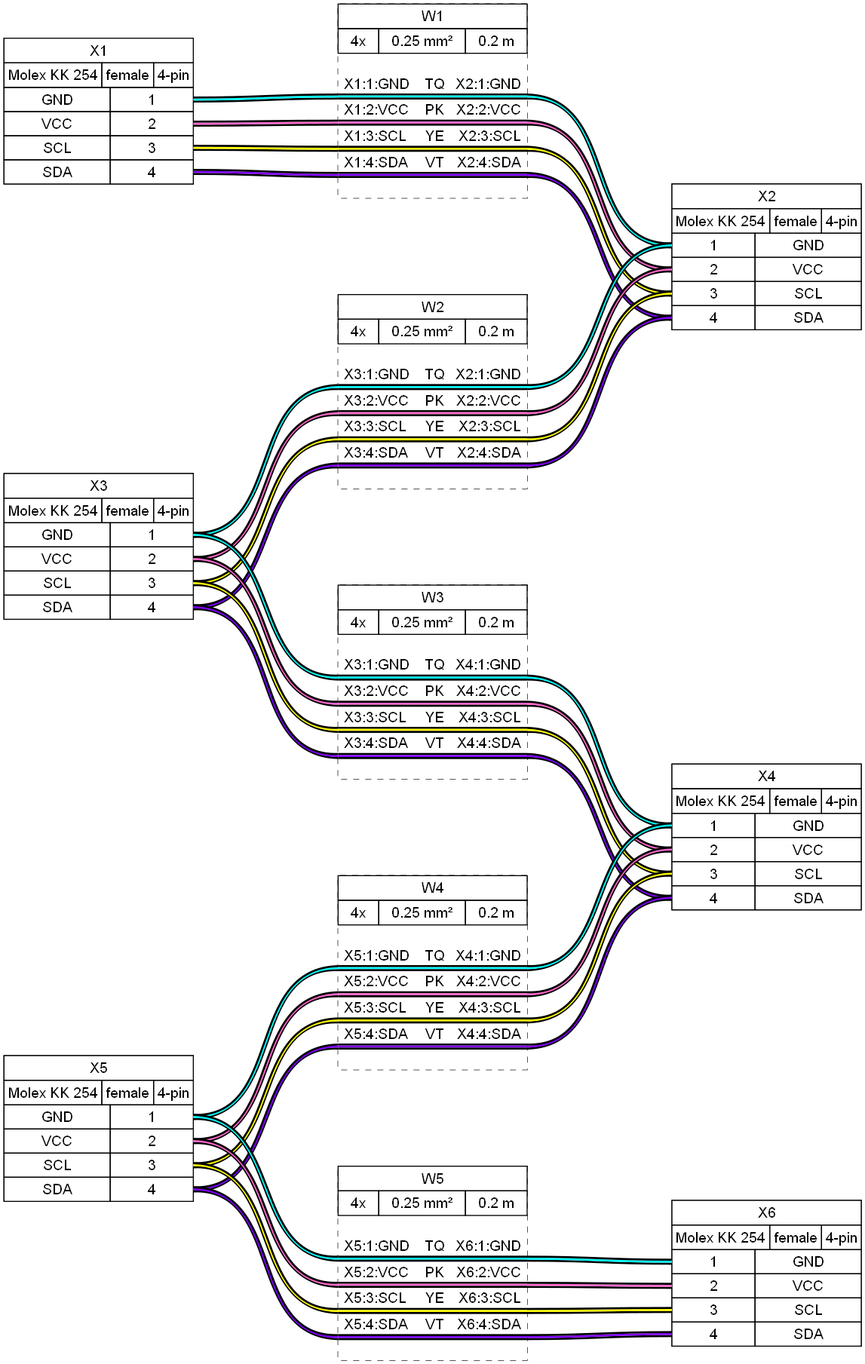
Above: tutorial/tutorial07.png in wireviz/WireViz (Graphviz), before the change. Its source is kept beside it as tutorial/tutorial07.gv.
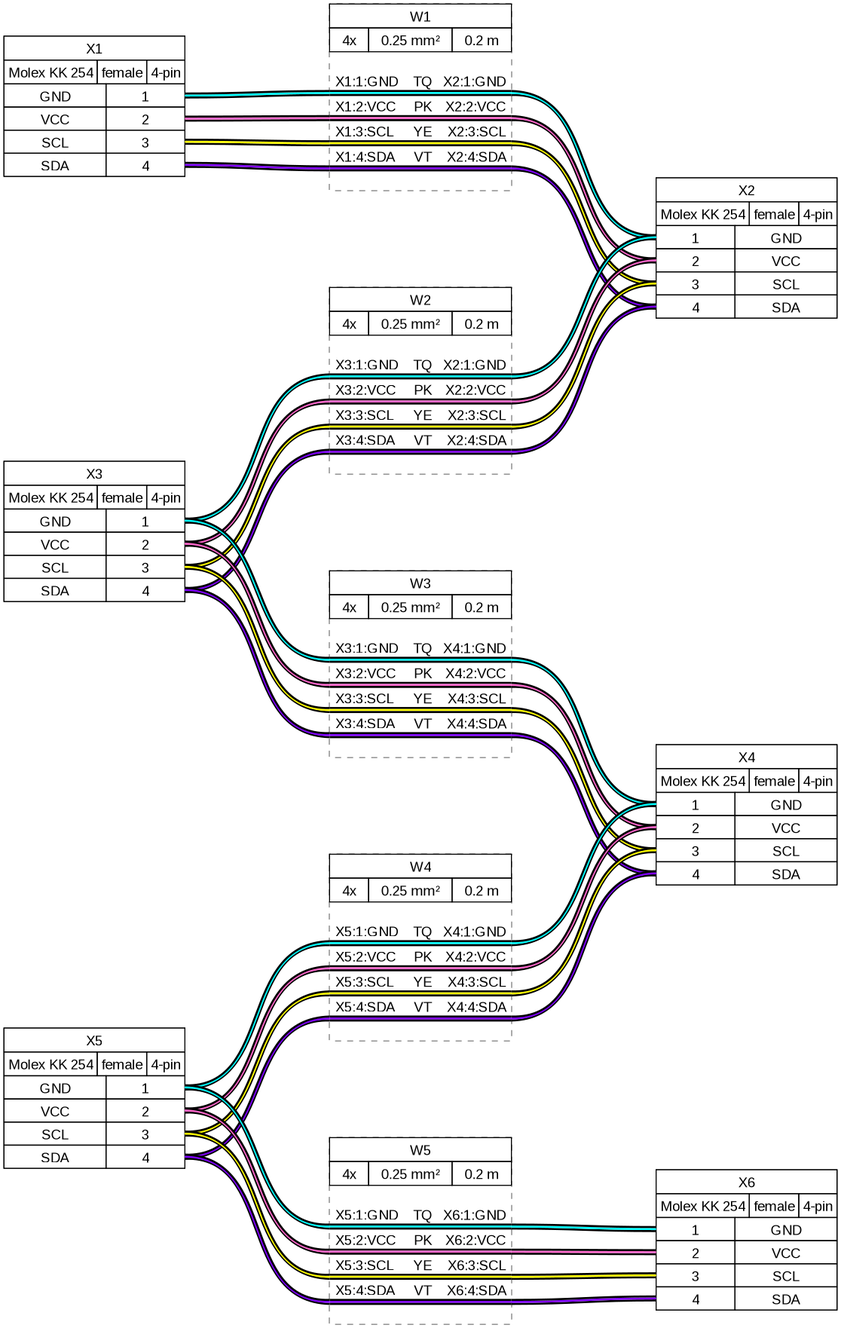
Above is the later version.

Change to the diagram source:
```diff
@@ -29,22 +29,18 @@
    <table border="0" cellborder="1" cellpadding="3" cellspacing="0">
     <tr>
      <td>GND</td>
-     []
      <td port="p1r">1</td>
     </tr>
     <tr>
      <td>VCC</td>
-     []
      <td port="p2r">2</td>
     </tr>
     <tr>
      <td>SCL</td>
-     []
      <td port="p3r">3</td>
     </tr>
     <tr>
      <td>SDA</td>
-     []
      <td port="p4r">4</td>
     </tr>
    </table>
@@ -80,22 +76,18 @@
     <tr>
      <td port="p1l">1</td>
      <td>GND</td>
-     []
     </tr>
     <tr>
      <td port="p2l">2</td>
      <td>VCC</td>
-     []
     </tr>
     <tr>
      <td port="p3l">3</td>
      <td>SCL</td>
-     []
     </tr>
     <tr>
      <td port="p4l">4</td>
      <td>SDA</td>
-     []
     </tr>
    </table>
   </td>
@@ -129,22 +121,18 @@
    <table border="0" cellborder="1" cellpadding="3" cellspacing="0">
     <tr>
      <td>GND</td>
-     []
      <td port="p1r">1</td>
     </tr>
     <tr>
      <td>VCC</td>
-     []
      <td port="p2r">2</td>
     </tr>
     <tr>
      <td>SCL</td>
-     []
      <td port="p3r">3</td>
     </tr>
     <tr>
      <td>SDA</td>
-     []
      <td port="p4r">4</td>
     </tr>
    </table>
@@ -180,22 +168,18 @@
     <tr>
      <td port="p1l">1</td>
      <td>GND</td>
-     []
     </tr>
     <tr>
      <td port="p2l">2</td>
      <td>VCC</td>
-     []
     </tr>
     <tr>
      <td port="p3l">3</td>
      <td>SCL</td>
-     []
     </tr>
     <tr>
      <td port="p4l">4</td>
      <td>SDA</td>
-     []
     </tr>
    </table>
   </td>
@@ -229,22 +213,18 @@
    <table border="0" cellborder="1" cellpadding="3" cellspacing="0">
     <tr>
      <td>GND</td>
-     []
      <td port="p1r">1</td>
     </tr>
     <tr>
      <td>VCC</td>
-     []
      <td port="p2r">2</td>
     </tr>
     <tr>
      <td>SCL</td>
-     []
      <td port="p3r">3</td>
     </tr>
     <tr>
      <td>SDA</td>
-     []
      <td port="p4r">4</td>
     </tr>
    </table>
@@ -280,22 +260,18 @@
     <tr>
      <td port="p1l">1</td>
      <td>GND</td>
-     []
     </tr>
     <tr>
      <td port="p2l">2</td>
      <td>VCC</td>
-     []
     </tr>
     <tr>
      <td port="p3l">3</td>
      <td>SCL</td>
-     []
     </tr>
     <tr>
      <td port="p4l">4</td>
      <td>SDA</td>
-     []
     </tr>
    </table>
   </td>
@@ -339,19 +315,7 @@
      <td align="right">X2:1:GND </td>
     </tr>
     <tr>
-     <td border="0" cellspacing="0" cellpadding="0" colspan="6" height="6" port="w1">
-      <table border="0" cellborder="0" cellspacing="0">
-       <tr>
-        <td bgcolor="#FFFFFF" border="0" cellpadding="0" colspan="6" height="2"></td>
-       </tr>
-       <tr>
-        <td bgcolor="#FFFFFF" border="0" cellpadding="0" colspan="6" height="2"></td>
-       </tr>
-       <tr>
-        <td bgcolor="#FFFFFF" border="0" cellpadding="0" colspan="6" height="2"></td>
-       </tr>
-      </table>
-     </td>
+     <td border="0" cellspacing="0" cellpadding="0" colspan="6" height="6" port="w1"></td>
     </tr>
     <tr>
      <td align="left"> X1:2:VCC</td>
@@ -362,19 +326,7 @@
      <td align="right">X2:2:VCC </td>
     </tr>
     <tr>
-     <td border="0" cellspacing="0" cellpadding="0" colspan="6" height="6" port="w2">
-      <table border="0" cellborder="0" cellspacing="0">
-       <tr>
-        <td bgcolor="#FFFFFF" border="0" cellpadding="0" colspan="6" height="2"></td>
-       </tr>
-       <tr>
-        <td bgcolor="#FFFFFF" border="0" cellpadding="0" colspan="6" height="2"></td>
-       </tr>
-       <tr>
-        <td bgcolor="#FFFFFF" border="0" cellpadding="0" colspan="6" height="2"></td>
-       </tr>
-      </table>
-     </td>
+     <td border="0" cellspacing="0" cellpadding="0" colspan="6" height="6" port="w2"></td>
     </tr>
     <tr>
      <td align="left"> X1:3:SCL</td>
@@ -385,19 +337,7 @@
      <td align="right">X2:3:SCL </td>
     </tr>
     <tr>
-     <td border="0" cellspacing="0" cellpadding="0" colspan="6" height="6" port="w3">
-      <table border="0" cellborder="0" cellspacing="0">
-       <tr>
-        <td bgcolor="#FFFFFF" border="0" cellpadding="0" colspan="6" height="2"></td>
-       </tr>
-       <tr>
-        <td bgcolor="#FFFFFF" border="0" cellpadding="0" colspan="6" height="2"></td>
-       </tr>
-       <tr>
-        <td bgcolor="#FFFFFF" border="0" cellpadding="0" colspan="6" height="2"></td>
-       </tr>
-      </table>
-     </td>
+     <td border="0" cellspacing="0" cellpadding="0" colspan="6" height="6" port="w3"></td>
     </tr>
     <tr>
      <td align="left"> X1:4:SDA</td>
@@ -408,19 +348,7 @@
      <td align="right">X2:4:SDA </td>
     </tr>
     <tr>
-     <td border="0" cellspacing="0" cellpadding="0" colspan="6" height="6" port="w4">
-      <table border="0" cellborder="0" cellspacing="0">
-       <tr>
-        <td bgcolor="#FFFFFF" border="0" cellpadding="0" colspan="6" height="2"></td>
-       </tr>
-       <tr>
-        <td bgcolor="#FFFFFF" border="0" cellpadding="0" colspan="6" height="2"></td>
-       </tr>
-       <tr>
-        <td bgcolor="#FFFFFF" border="0" cellpadding="0" colspan="6" height="2"></td>
-       </tr>
-      </table>
-     </td>
+     <td border="0" cellspacing="0" cellpadding="0" colspan="6" height="6" port="w4"></td>
     </tr>
     <tr>
      <td>&nbsp;</td>
@@ -483,19 +411,7 @@
      <td align="right">X2:1:GND </td>
     </tr>
     <tr>
-     <td border="0" cellspacing="0" cellpadding="0" colspan="6" height="6" port="w1">
-      <table border="0" cellborder="0" cellspacing="0">
-       <tr>
-        <td bgcolor="#FFFFFF" border="0" cellpadding="0" colspan="6" height="2"></td>
-       </tr>
-       <tr>
-        <td bgcolor="#FFFFFF" border="0" cellpadding="0" colspan="6" height="2"></td>
-       </tr>
-       <tr>
-        <td bgcolor="#FFFFFF" border="0" cellpadding="0" colspan="6" height="2"></td>
-       </tr>
-      </table>
-     </td>
+     <td border="0" cellspacing="0" cellpadding="0" colspan="6" height="6" port="w1"></td>
     </tr>
     <tr>
      <td align="left"> X3:2:VCC</td>
@@ -506,19 +422,7 @@
      <td align="right">X2:2:VCC </td>
     </tr>
     <tr>
-     <td border="0" cellspacing="0" cellpadding="0" colspan="6" height="6" port="w2">
-      <table border="0" cellborder="0" cellspacing="0">
-       <tr>
-        <td bgcolor="#FFFFFF" border="0" cellpadding="0" colspan="6" height="2"></td>
-       </tr>
-       <tr>
-        <td bgcolor="#FFFFFF" border="0" cellpadding="0" colspan="6" height="2"></td>
-       </tr>
-       <tr>
-        <td bgcolor="#FFFFFF" border="0" cellpadding="0" colspan="6" height="2"></td>
-       </tr>
-      </table>
-     </td>
+     <td border="0" cellspacing="0" cellpadding="0" colspan="6" height="6" port="w2"></td>
     </tr>
     <tr>
      <td align="left"> X3:3:SCL</td>
@@ -529,19 +433,7 @@
      <td align="right">X2:3:SCL </td>
     </tr>
     <tr>
-     <td border="0" cellspacing="0" cellpadding="0" colspan="6" height="6" port="w3">
-      <table border="0" cellborder="0" cellspacing="0">
-       <tr>
-        <td bgcolor="#FFFFFF" border="0" cellpadding="0" colspan="6" height="2"></td>
-       </tr>
-       <tr>
-        <td bgcolor="#FFFFFF" border="0" cellpadding="0" colspan="6" height="2"></td>
-       </tr>
-       <tr>
-        <td bgcolor="#FFFFFF" border="0" cellpadding="0" colspan="6" height="2"></td>
-       </tr>
-      </table>
-     </td>
+     <td border="0" cellspacing="0" cellpadding="0" colspan="6" height="6" port="w3"></td>
     </tr>
     <tr>
      <td align="left"> X3:4:SDA</td>
@@ -552,19 +444,7 @@
      <td align="right">X2:4:SDA </td>
     </tr>
     <tr>
-     <td border="0" cellspacing="0" cellpadding="0" colspan="6" height="6" port="w4">
-      <table border="0" cellborder="0" cellspacing="0">
-       <tr>
-        <td bgcolor="#FFFFFF" border="0" cellpadding="0" colspan="6" height="2"></td>
-       </tr>
-       <tr>
-        <td bgcolor="#FFFFFF" border="0" cellpadding="0" colspan="6" height="2"></td>
-       </tr>
-       <tr>
-        <td bgcolor="#FFFFFF" border="0" cellpadding="0" colspan="6" height="2"></td>
-       </tr>
-      </table>
-     </td>
+     <td border="0" cellspacing="0" cellpadding="0" colspan="6" height="6" port="w4"></td>
     </tr>
     <tr>
      <td>&nbsp;</td>
@@ -627,19 +507,7 @@
      <td align="right">X4:1:GND </td>
     </tr>
     <tr>
-     <td border="0" cellspacing="0" cellpadding="0" colspan="6" height="6" port="w1">
-      <table border="0" cellborder="0" cellspacing="0">
-       <tr>
-        <td bgcolor="#FFFFFF" border="0" cellpadding="0" colspan="6" height="2"></td>
-       </tr>
-       <tr>
-        <td bgcolor="#FFFFFF" border="0" cellpadding="0" colspan="6" height="2"></td>
-       </tr>
-       <tr>
-        <td bgcolor="#FFFFFF" border="0" cellpadding="0" colspan="6" height="2"></td>
-       </tr>
-      </table>
-     </td>
+     <td border="0" cellspacing="0" cellpadding="0" colspan="6" height="6" port="w1"></td>
     </tr>
     <tr>
      <td align="left"> X3:2:VCC</td>
@@ -650,19 +518,7 @@
      <td align="right">X4:2:VCC </td>
     </tr>
     <tr>
-     <td border="0" cellspacing="0" cellpadding="0" colspan="6" height="6" port="w2">
-      <table border="0" cellborder="0" cellspacing="0">
-       <tr>
-        <td bgcolor="#FFFFFF" border="0" cellpadding="0" colspan="6" height="2"></td>
-       </tr>
-       <tr>
-        <td bgcolor="#FFFFFF" border="0" cellpadding="0" colspan="6" height="2"></td>
-       </tr>
-       <tr>
-        <td bgcolor="#FFFFFF" border="0" cellpadding="0" colspan="6" height="2"></td>
-       </tr>
-      </table>
-     </td>
+     <td border="0" cellspacing="0" cellpadding="0" colspan="6" height="6" port="w2"></td>
     </tr>
     <tr>
      <td align="left"> X3:3:SCL</td>
@@ -673,19 +529,7 @@
      <td align="right">X4:3:SCL </td>
     </tr>
     <tr>
-     <td border="0" cellspacing="0" cellpadding="0" colspan="6" height="6" port="w3">
-      <table border="0" cellborder="0" cellspacing="0">
-       <tr>
-        <td bgcolor="#FFFFFF" border="0" cellpadding="0" colspan="6" height="2"></td>
-       </tr>
-       <tr>
-        <td bgcolor="#FFFFFF" border="0" cellpadding="0" colspan="6" height="2"></td>
-       </tr>
-       <tr>
-        <td bgcolor="#FFFFFF" border="0" cellpadding="0" colspan="6" height="2"></td>
-       </tr>
-      </table>
-     </td>
+     <td border="0" cellspacing="0" cellpadding="0" colspan="6" height="6" port="w3"></td>
     </tr>
     <tr>
      <td align="left"> X3:4:SDA</td>
@@ -696,19 +540,7 @@
      <td align="right">X4:4:SDA </td>
     </tr>
     <tr>
-     <td border="0" cellspacing="0" cellpadding="0" colspan="6" height="6" port="w4">
-      <table border="0" cellborder="0" cellspacing="0">
-       <tr>
-        <td bgcolor="#FFFFFF" border="0" cellpadding="0" colspan="6" height="2"></td>
-       </tr>
-       <tr>
-        <td bgcolor="#FFFFFF" border="0" cellpadding="0" colspan="6" height="2"></td>
-       </tr>
-       <tr>
-        <td bgcolor="#FFFFFF" border="0" cellpadding="0" colspan="6" height="2"></td>
-       </tr>
-      </table>
-     </td>
+     <td border="0" cellspacing="0" cellpadding="0" colspan="6" height="6" port="w4"></td>
     </tr>
     <tr>
      <td>&nbsp;</td>
@@ -771,19 +603,7 @@
      <td align="right">X4:1:GND </td>
     </tr>
     <tr>
-     <td border="0" cellspacing="0" cellpadding="0" colspan="6" height="6" port="w1">
-      <table border="0" cellborder="0" cellspacing="0">
-       <tr>
-        <td bgcolor="#FFFFFF" border="0" cellpadding="0" colspan="6" height="2"></td>
-       </tr>
-       <tr>
-        <td bgcolor="#FFFFFF" border="0" cellpadding="0" colspan="6" height="2"></td>
-       </tr>
-       <tr>
-        <td bgcolor="#FFFFFF" border="0" cellpadding="0" colspan="6" height="2"></td>
-       </tr>
-      </table>
-     </td>
+     <td border="0" cellspacing="0" cellpadding="0" colspan="6" height="6" port="w1"></td>
     </tr>
     <tr>
      <td align="left"> X5:2:VCC</td>
@@ -794,19 +614,7 @@
      <td align="right">X4:2:VCC </td>
     </tr>
     <tr>
-     <td border="0" cellspacing="0" cellpadding="0" colspan="6" height="6" port="w2">
-      <table border="0" cellborder="0" cellspacing="0">
-       <tr>
-        <td bgcolor="#FFFFFF" border="0" cellpadding="0" colspan="6" height="2"></td>
-       </tr>
-       <tr>
-        <td bgcolor="#FFFFFF" border="0" cellpadding="0" colspan="6" height="2"></td>
-       </tr>
-       <tr>
-        <td bgcolor="#FFFFFF" border="0" cellpadding="0" colspan="6" height="2"></td>
-       </tr>
-      </table>
-     </td>
+     <td border="0" cellspacing="0" cellpadding="0" colspan="6" height="6" port="w2"></td>
     </tr>
     <tr>
      <td align="left"> X5:3:SCL</td>
@@ -817,19 +625,7 @@
      <td align="right">X4:3:SCL </td>
     </tr>
     <tr>
-     <td border="0" cellspacing="0" cellpadding="0" colspan="6" height="6" port="w3">
-      <table border="0" cellborder="0" cellspacing="0">
-       <tr>
-        <td bgcolor="#FFFFFF" border="0" cellpadding="0" colspan="6" height="2"></td>
-       </tr>
-       <tr>
-        <td bgcolor="#FFFFFF" border="0" cellpadding="0" colspan="6" height="2"></td>
-       </tr>
-       <tr>
-        <td bgcolor="#FFFFFF" border="0" cellpadding="0" colspan="6" height="2"></td>
-       </tr>
-      </table>
-     </td>
+     <td border="0" cellspacing="0" cellpadding="0" colspan="6" height="6" port="w3"></td>
     </tr>
     <tr>
      <td align="left"> X5:4:SDA</td>
@@ -840,19 +636,7 @@
      <td align="right">X4:4:SDA </td>
     </tr>
     <tr>
-     <td border="0" cellspacing="0" cellpadding="0" colspan="6" height="6" port="w4">
-      <table border="0" cellborder="0" cellspacing="0">
-       <tr>
-        <td bgcolor="#FFFFFF" border="0" cellpadding="0" colspan="6" height="2"></td>
-       </tr>
-       <tr>
-        <td bgcolor="#FFFFFF" border="0" cellpadding="0" colspan="6" height="2"></td>
-       </tr>
-       <tr>
-        <td bgcolor="#FFFFFF" border="0" cellpadding="0" colspan="6" height="2"></td>
-       </tr>
-      </table>
-     </td>
+     <td border="0" cellspacing="0" cellpadding="0" colspan="6" height="6" port="w4"></td>
     </tr>
     <tr>
      <td>&nbsp;</td>
@@ -915,19 +699,7 @@
      <td align="right">X6:1:GND </td>
     </tr>
     <tr>
-     <td border="0" cellspacing="0" cellpadding="0" colspan="6" height="6" port="w1">
-      <table border="0" cellborder="0" cellspacing="0">
-       <tr>
-        <td bgcolor="#FFFFFF" border="0" cellpadding="0" colspan="6" height="2"></td>
-       </tr>
-       <tr>
-        <td bgcolor="#FFFFFF" border="0" cellpadding="0" colspan="6" height="2"></td>
-       </tr>
-       <tr>
-        <td bgcolor="#FFFFFF" border="0" cellpadding="0" colspan="6" height="2"></td>
-       </tr>
-      </table>
-     </td>
+     <td border="0" cellspacing="0" cellpadding="0" colspan="6" height="6" port="w1"></td>
     </tr>
     <tr>
      <td align="left"> X5:2:VCC</td>
@@ -938,19 +710,7 @@
      <td align="right">X6:2:VCC </td>
     </tr>
     <tr>
-     <td border="0" cellspacing="0" cellpadding="0" colspan="6" height="6" port="w2">
-      <table border="0" cellborder="0" cellspacing="0">
-       <tr>
-        <td bgcolor="#FFFFFF" border="0" cellpadding="0" colspan="6" height="2"></td>
-       </tr>
-       <tr>
-        <td bgcolor="#FFFFFF" border="0" cellpadding="0" colspan="6" height="2"></td>
-       </tr>
-       <tr>
-        <td bgcolor="#FFFFFF" border="0" cellpadding="0" colspan="6" height="2"></td>
-       </tr>
-      </table>
-     </td>
+     <td border="0" cellspacing="0" cellpadding="0" colspan="6" height="6" port="w2"></td>
     </tr>
     <tr>
      <td align="left"> X5:3:SCL</td>
@@ -961,19 +721,7 @@
      <td align="right">X6:3:SCL </td>
     </tr>
     <tr>
-     <td border="0" cellspacing="0" cellpadding="0" colspan="6" height="6" port="w3">
-      <table border="0" cellborder="0" cellspacing="0">
-       <tr>
-        <td bgcolor="#FFFFFF" border="0" cellpadding="0" colspan="6" height="2"></td>
-       </tr>
-       <tr>
-        <td bgcolor="#FFFFFF" border="0" cellpadding="0" colspan="6" height="2"></td>
-       </tr>
-       <tr>
-        <td bgcolor="#FFFFFF" border="0" cellpadding="0" colspan="6" height="2"></td>
-       </tr>
-      </table>
-     </td>
+     <td border="0" cellspacing="0" cellpadding="0" colspan="6" height="6" port="w3"></td>
     </tr>
     <tr>
      <td align="left"> X5:4:SDA</td>
@@ -984,19 +732,7 @@
      <td align="right">X6:4:SDA </td>
     </tr>
     <tr>
-     <td border="0" cellspacing="0" cellpadding="0" colspan="6" height="6" port="w4">
-      <table border="0" cellborder="0" cellspacing="0">
-       <tr>
-        <td bgcolor="#FFFFFF" border="0" cellpadding="0" colspan="6" height="2"></td>
-       </tr>
-       <tr>
-        <td bgcolor="#FFFFFF" border="0" cellpadding="0" colspan="6" height="2"></td>
-       </tr>
-       <tr>
-        <td bgcolor="#FFFFFF" border="0" cellpadding="0" colspan="6" height="2"></td>
-       </tr>
-      </table>
-     </td>
+     <td border="0" cellspacing="0" cellpadding="0" colspan="6" height="6" port="w4"></td>
     </tr>
     <tr>
      <td>&nbsp;</td>
```
